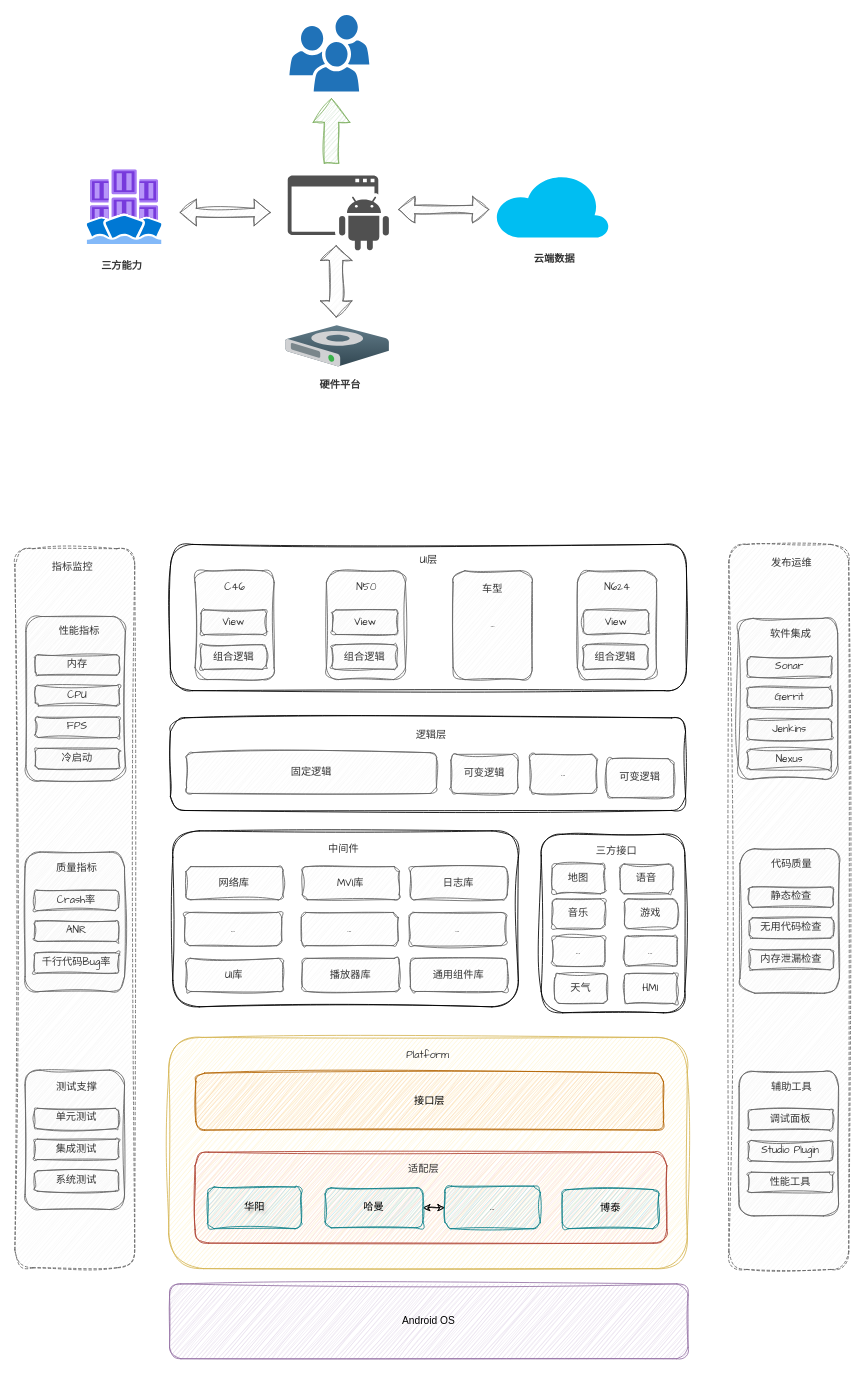
The draw.io diagram PPT.drawio in TryLoveCatch/charts, before the edit. Source tidied: cells renumbered, new cells numbered last; positions are measured from the earlier drawing's top-left corner, leaving out a move shared by most shapes. Both pictures are drawn from the tidied source at 85%, with x=0, y=0 at pixel (14, 14).
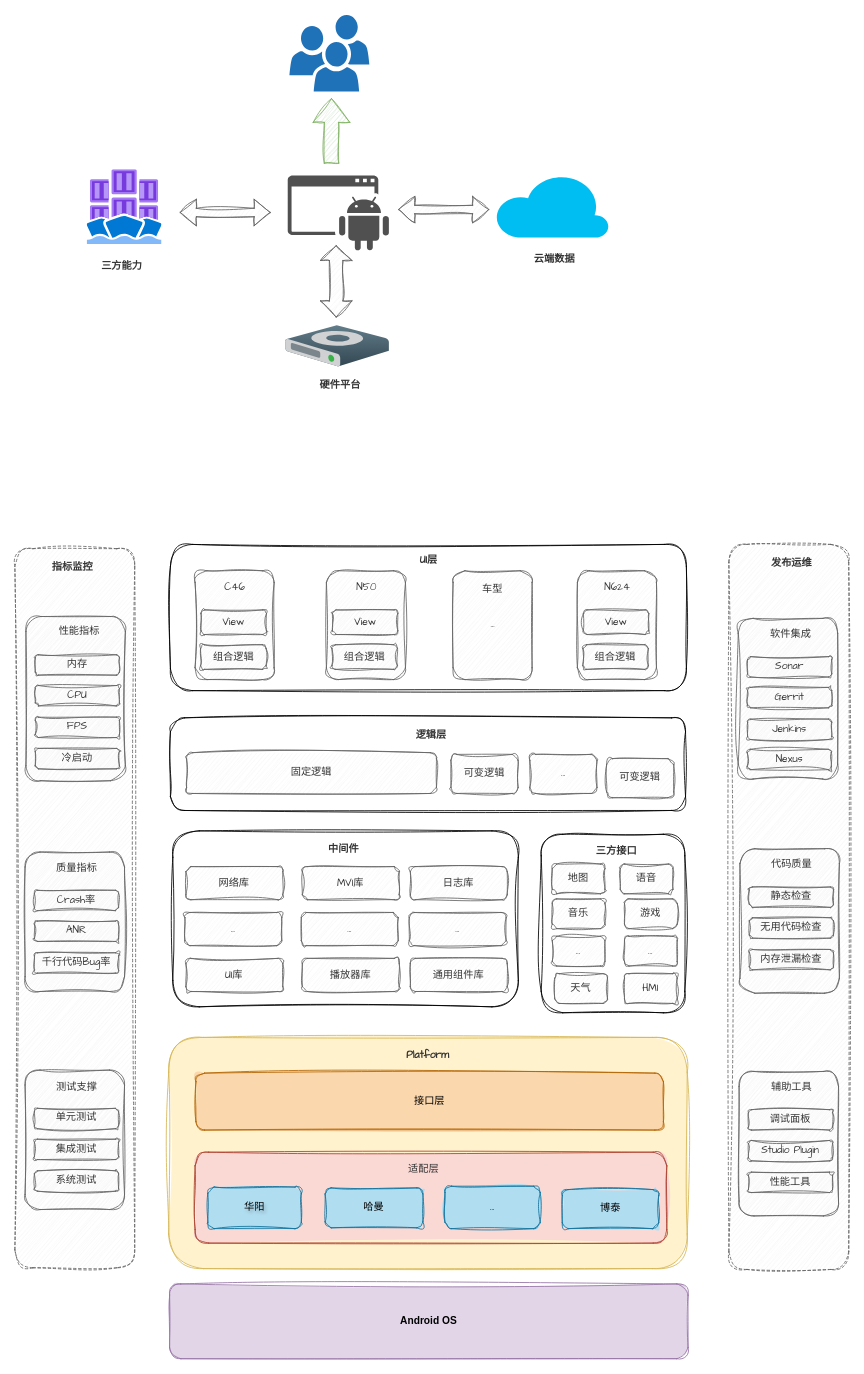
The same diagram, later.

What changed in the source:
```diff
@@
-    <mxCell id="2" style="rounded=1;whiteSpace=wrap;html=1;sketch=1;curveFitting=1;jiggle=2;fillColor=#fff2cc;strokeColor=#d6b656;labelBackgroundColor=none;" parent="1" vertex="1">
+    <mxCell id="2" style="rounded=1;whiteSpace=wrap;html=1;sketch=1;curveFitting=1;jiggle=2;fillColor=#fff2cc;strokeColor=#d6b656;labelBackgroundColor=none;fillStyle=solid;" parent="1" vertex="1">
       <mxGeometry x="181" y="1203" width="610" height="272" as="geometry" />
     </mxCell>
-    <mxCell id="3" style="rounded=1;whiteSpace=wrap;html=1;sketch=1;jiggle=2;curveFitting=1;strokeColor=#ae4132;align=center;verticalAlign=middle;fontFamily=Comic Sans MS;fontSize=12;labelBackgroundColor=none;fillColor=#fad9d5;" parent="1" vertex="1">
+    <mxCell id="3" style="rounded=1;whiteSpace=wrap;html=1;sketch=1;jiggle=2;curveFitting=1;strokeColor=#ae4132;align=center;verticalAlign=middle;fontFamily=Comic Sans MS;fontSize=12;labelBackgroundColor=none;fillColor=#fad9d5;fillStyle=solid;" parent="1" vertex="1">
       <mxGeometry x="212" y="1338" width="555" height="107" as="geometry" />
     </mxCell>
-    <mxCell id="4" value="Android OS" style="rounded=1;whiteSpace=wrap;html=1;sketch=1;curveFitting=1;jiggle=2;fillColor=#e1d5e7;strokeColor=#9673a6;fillStyle=hachure;labelBackgroundColor=none;" parent="1" vertex="1">
+    <mxCell id="4" value="&lt;b&gt;Android OS&lt;/b&gt;" style="rounded=1;whiteSpace=wrap;html=1;sketch=1;curveFitting=1;jiggle=2;fillColor=#e1d5e7;strokeColor=#9673a6;fillStyle=solid;labelBackgroundColor=none;" parent="1" vertex="1">
       <mxGeometry x="182" y="1493" width="610" height="88" as="geometry" />
     </mxCell>
@@
-    <mxCell id="17" value="Platform" style="text;html=1;align=center;verticalAlign=middle;whiteSpace=wrap;rounded=0;fontFamily=Comic Sans MS;fontSize=12;fontColor=#333333;labelBackgroundColor=none;" parent="1" vertex="1">
+    <mxCell id="17" value="&lt;b&gt;Platform&lt;/b&gt;" style="text;html=1;align=center;verticalAlign=middle;whiteSpace=wrap;rounded=0;fontFamily=Comic Sans MS;fontSize=12;fontColor=#333333;labelBackgroundColor=none;" parent="1" vertex="1">
       <mxGeometry x="456" y="1210" width="60" height="30" as="geometry" />
     </mxCell>
-    <mxCell id="18" value="接口层" style="rounded=1;whiteSpace=wrap;html=1;sketch=1;jiggle=2;curveFitting=1;strokeColor=#b46504;align=center;verticalAlign=middle;fontFamily=Comic Sans MS;fontSize=12;labelBackgroundColor=none;fillColor=#fad7ac;" parent="1" vertex="1">
+    <mxCell id="18" value="接口层" style="rounded=1;whiteSpace=wrap;html=1;sketch=1;jiggle=2;curveFitting=1;strokeColor=#b46504;align=center;verticalAlign=middle;fontFamily=Comic Sans MS;fontSize=12;labelBackgroundColor=none;fillColor=#fad7ac;fillStyle=solid;" parent="1" vertex="1">
       <mxGeometry x="213" y="1245" width="550" height="67" as="geometry" />
     </mxCell>
-    <mxCell id="19" value="华阳" style="rounded=1;whiteSpace=wrap;html=1;sketch=1;jiggle=2;curveFitting=1;strokeColor=#0e8088;align=center;verticalAlign=middle;fontFamily=Comic Sans MS;fontSize=12;labelBackgroundColor=none;fillColor=#b0e3e6;textShadow=1;" parent="1" vertex="1">
+    <mxCell id="19" value="华阳" style="rounded=1;whiteSpace=wrap;html=1;sketch=1;jiggle=2;curveFitting=1;strokeColor=#10739e;align=center;verticalAlign=middle;fontFamily=Comic Sans MS;fontSize=12;labelBackgroundColor=none;fillColor=#b1ddf0;textShadow=1;fillStyle=solid;" parent="1" vertex="1">
       <mxGeometry x="227" y="1379" width="110" height="49" as="geometry" />
     </mxCell>
-    <mxCell id="20" style="edgeStyle=none;rounded=0;sketch=1;jiggle=2;curveFitting=1;jettySize=auto;html=1;strokeColor=default;align=center;verticalAlign=middle;fontFamily=Comic Sans MS;fontSize=12;fontColor=#333333;labelBackgroundColor=none;startArrow=classic;endArrow=classic;" parent="1" edge="1" source="21" target="22">
-      <mxGeometry relative="1" as="geometry" />
-    </mxCell>
-    <mxCell id="21" value="哈曼" style="rounded=1;whiteSpace=wrap;html=1;sketch=1;jiggle=2;curveFitting=1;strokeColor=#0e8088;align=center;verticalAlign=middle;fontFamily=Comic Sans MS;fontSize=12;labelBackgroundColor=none;fillColor=#b0e3e6;" parent="1" vertex="1">
+    <mxCell id="21" value="哈曼" style="rounded=1;whiteSpace=wrap;html=1;sketch=1;jiggle=2;curveFitting=1;strokeColor=#10739e;align=center;verticalAlign=middle;fontFamily=Comic Sans MS;fontSize=12;labelBackgroundColor=none;fillColor=#b1ddf0;fillStyle=solid;" parent="1" vertex="1">
       <mxGeometry x="365" y="1380" width="115" height="47" as="geometry" />
     </mxCell>
-    <mxCell id="22" value="..." style="rounded=1;whiteSpace=wrap;html=1;sketch=1;jiggle=2;curveFitting=1;strokeColor=#0e8088;align=center;verticalAlign=middle;fontFamily=Comic Sans MS;fontSize=12;labelBackgroundColor=none;fillColor=#b0e3e6;" parent="1" vertex="1">
+    <mxCell id="22" value="..." style="rounded=1;whiteSpace=wrap;html=1;sketch=1;jiggle=2;curveFitting=1;strokeColor=#10739e;align=center;verticalAlign=middle;fontFamily=Comic Sans MS;fontSize=12;labelBackgroundColor=none;fillColor=#b1ddf0;fillStyle=solid;" parent="1" vertex="1">
       <mxGeometry x="506" y="1378" width="112" height="50" as="geometry" />
     </mxCell>
-    <mxCell id="23" value="博泰" style="rounded=1;whiteSpace=wrap;html=1;sketch=1;jiggle=2;curveFitting=1;strokeColor=#0e8088;align=center;verticalAlign=middle;fontFamily=Comic Sans MS;fontSize=12;labelBackgroundColor=none;fillColor=#b0e3e6;" parent="1" vertex="1">
+    <mxCell id="23" value="博泰" style="rounded=1;whiteSpace=wrap;html=1;sketch=1;jiggle=2;curveFitting=1;strokeColor=#10739e;align=center;verticalAlign=middle;fontFamily=Comic Sans MS;fontSize=12;labelBackgroundColor=none;fillColor=#b1ddf0;fillStyle=solid;" parent="1" vertex="1">
       <mxGeometry x="644" y="1382" width="113.5" height="46" as="geometry" />
     </mxCell>
@@
-    <mxCell id="26" value="中间件" style="text;html=1;align=center;verticalAlign=middle;whiteSpace=wrap;rounded=0;fontFamily=Comic Sans MS;fontSize=12;fontColor=#333333;labelBackgroundColor=none;" parent="1" vertex="1">
+    <mxCell id="26" value="&lt;b&gt;中间件&lt;/b&gt;" style="text;html=1;align=center;verticalAlign=middle;whiteSpace=wrap;rounded=0;fontFamily=Comic Sans MS;fontSize=12;fontColor=#333333;labelBackgroundColor=none;" parent="1" vertex="1">
       <mxGeometry x="357.2" y="967" width="60" height="30" as="geometry" />
     </mxCell>
@@
-    <mxCell id="29" value="三方接口" style="text;html=1;align=center;verticalAlign=middle;whiteSpace=wrap;rounded=0;fontFamily=Comic Sans MS;fontSize=12;fontColor=#333333;labelBackgroundColor=none;" parent="1" vertex="1">
+    <mxCell id="29" value="&lt;b&gt;三方接口&lt;/b&gt;" style="text;html=1;align=center;verticalAlign=middle;whiteSpace=wrap;rounded=0;fontFamily=Comic Sans MS;fontSize=12;fontColor=#333333;labelBackgroundColor=none;" parent="1" vertex="1">
       <mxGeometry x="678.2" y="970" width="60" height="30" as="geometry" />
     </mxCell>
@@
-    <mxCell id="49" value="逻辑层" style="text;html=1;align=center;verticalAlign=middle;whiteSpace=wrap;rounded=0;fontFamily=Comic Sans MS;fontSize=12;fontColor=#333333;labelBackgroundColor=none;" parent="1" vertex="1">
+    <mxCell id="49" value="&lt;b&gt;逻辑层&lt;/b&gt;" style="text;html=1;align=center;verticalAlign=middle;whiteSpace=wrap;rounded=0;fontFamily=Comic Sans MS;fontSize=12;fontColor=#333333;labelBackgroundColor=none;" parent="1" vertex="1">
       <mxGeometry x="459.5" y="833" width="60" height="30" as="geometry" />
     </mxCell>
@@
-    <mxCell id="57" value="UI层" style="text;html=1;align=center;verticalAlign=middle;whiteSpace=wrap;rounded=0;fontFamily=Comic Sans MS;fontSize=12;fontColor=#333333;labelBackgroundColor=none;" parent="1" vertex="1">
+    <mxCell id="57" value="&lt;b&gt;UI层&lt;/b&gt;" style="text;html=1;align=center;verticalAlign=middle;whiteSpace=wrap;rounded=0;fontFamily=Comic Sans MS;fontSize=12;fontColor=#333333;labelBackgroundColor=none;" parent="1" vertex="1">
       <mxGeometry x="457" y="627" width="60" height="30" as="geometry" />
     </mxCell>
@@
-    <mxCell id="69" value="发布运维" style="text;html=1;align=center;verticalAlign=middle;whiteSpace=wrap;rounded=0;fontFamily=Comic Sans MS;fontSize=12;fontColor=#333333;labelBackgroundColor=none;" parent="1" vertex="1">
+    <mxCell id="69" value="&lt;b&gt;发布运维&lt;/b&gt;" style="text;html=1;align=center;verticalAlign=middle;whiteSpace=wrap;rounded=0;fontFamily=Comic Sans MS;fontSize=12;fontColor=#333333;labelBackgroundColor=none;" parent="1" vertex="1">
       <mxGeometry x="883.5" y="631" width="60" height="30" as="geometry" />
     </mxCell>
@@
-    <mxCell id="91" value="指标监控" style="text;html=1;align=center;verticalAlign=middle;whiteSpace=wrap;rounded=0;fontFamily=Comic Sans MS;fontSize=12;fontColor=#333333;labelBackgroundColor=none;" parent="1" vertex="1">
+    <mxCell id="91" value="&lt;b&gt;指标监控&lt;/b&gt;" style="text;html=1;align=center;verticalAlign=middle;whiteSpace=wrap;rounded=0;fontFamily=Comic Sans MS;fontSize=12;fontColor=#333333;labelBackgroundColor=none;" parent="1" vertex="1">
       <mxGeometry x="38" y="635" width="60" height="30" as="geometry" />
     </mxCell>
```
